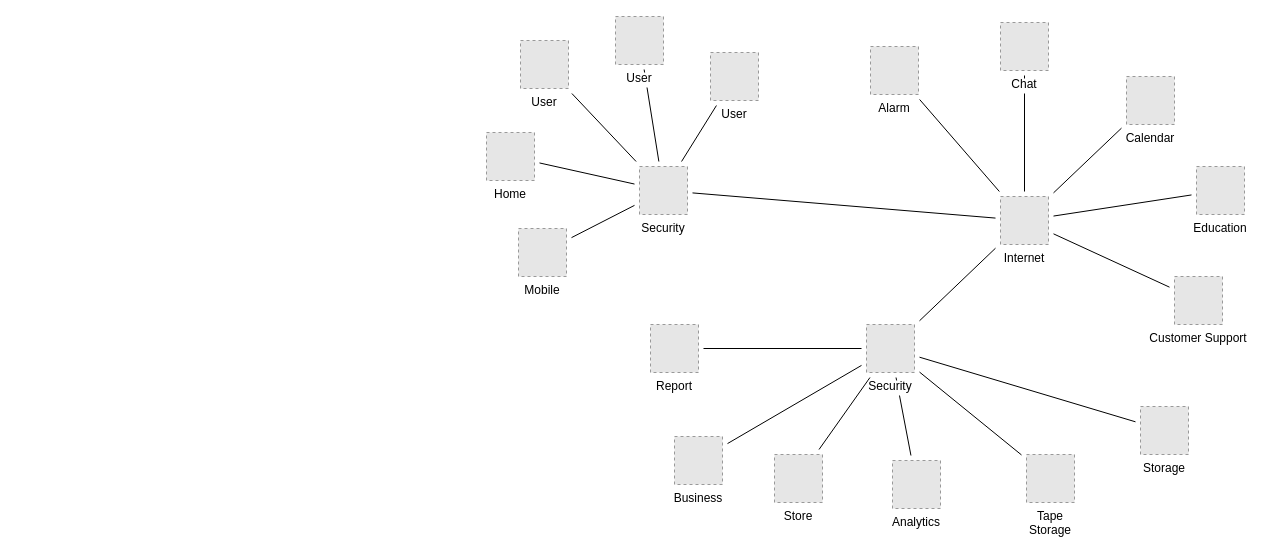
The draw.io diagram Untitled Diagram.drawio in ruchir594/concarneau, before the edit. Source tidied: cells renumbered, new cells numbered last; positions are measured from the earlier drawing's top-left corner, leaving out a move shared by most shapes. Both pictures are drawn from the tidied source at 100%, with x=0, y=0 at pixel (486, 16). Pictures stored in the file or linked from it are replaced by grey dashed boxes.
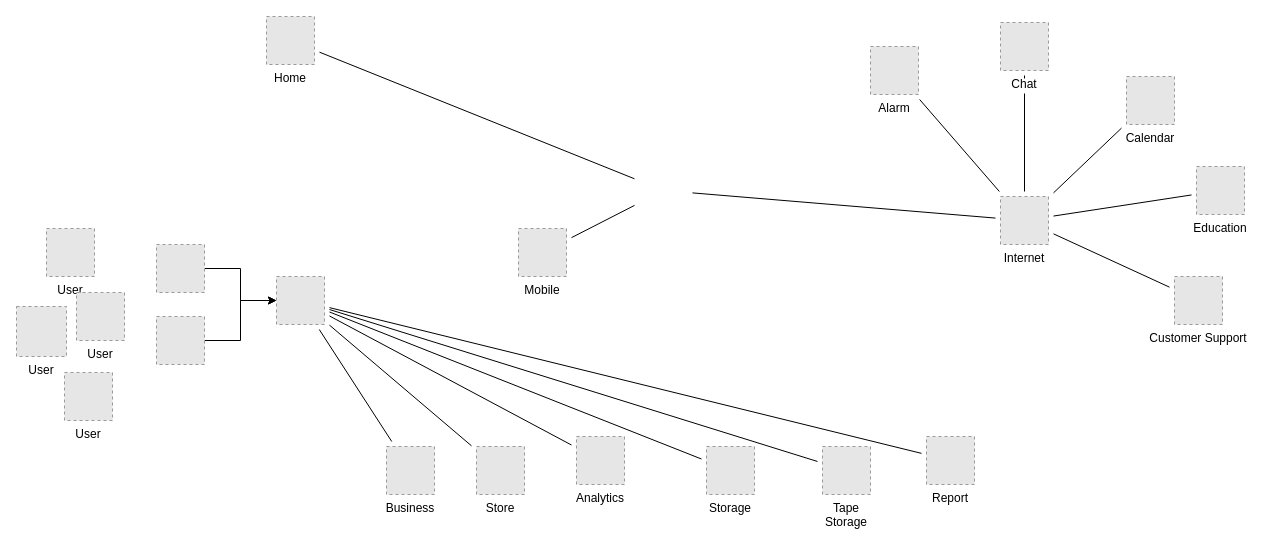
The same diagram, later.

Commit message:
e2e tech stack bull long.drawio

Unchanged cells that the change refers to:
```xml
<mxCell id="21" value="Mobile" style="fillColor=#E6E6E6;strokeColor=#999999;dashed=1;verticalLabelPosition=bottom;verticalAlign=top;labelBackgroundColor=#ffffff;" parent="1" vertex="1">
  <mxGeometry x="32" y="212" width="48" height="48" as="geometry" />
</mxCell>
<mxCell id="30" value="Internet" style="fillColor=#E6E6E6;strokeColor=#999999;dashed=1;verticalLabelPosition=bottom;verticalAlign=top;labelBackgroundColor=#ffffff;" parent="1" vertex="1">
  <mxGeometry x="514" y="180" width="48" height="48" as="geometry" />
</mxCell>
```

What changed in the source:
```diff
@@
-    <mxCell id="2" style="edgeStyle=none;rounded=0;jettySize=auto;html=1;sourcePerimeterSpacing=5;endArrow=none;endFill=0;targetPerimeterSpacing=5;" parent="1" edge="1" source="21" target="31">
-      <mxGeometry relative="1" as="geometry" />
+    <mxCell id="2" style="edgeStyle=none;rounded=0;jettySize=auto;html=1;sourcePerimeterSpacing=5;endArrow=none;endFill=0;targetPerimeterSpacing=5;" parent="1" edge="1" source="21">
+      <mxGeometry relative="1" as="geometry">
+        <mxPoint x="148" y="188.9" as="targetPoint" />
+      </mxGeometry>
     </mxCell>
-    <mxCell id="3" style="edgeStyle=none;rounded=0;jettySize=auto;html=1;sourcePerimeterSpacing=5;endArrow=none;endFill=0;targetPerimeterSpacing=5;" parent="1" edge="1" source="24" target="31">
-      <mxGeometry relative="1" as="geometry" />
+    <mxCell id="3" style="edgeStyle=none;rounded=0;jettySize=auto;html=1;sourcePerimeterSpacing=5;endArrow=none;endFill=0;targetPerimeterSpacing=5;" parent="1" edge="1" source="24">
+      <mxGeometry relative="1" as="geometry">
+        <mxPoint x="148" y="162.3" as="targetPoint" />
+      </mxGeometry>
     </mxCell>
@@
-    <mxCell id="9" style="edgeStyle=none;rounded=0;jettySize=auto;html=1;sourcePerimeterSpacing=5;endArrow=none;endFill=0;targetPerimeterSpacing=5;" parent="1" edge="1" source="30" target="38">
-      <mxGeometry relative="1" as="geometry" />
-    </mxCell>
-    <mxCell id="10" style="edgeStyle=none;rounded=0;jettySize=auto;html=1;sourcePerimeterSpacing=5;endArrow=none;endFill=0;targetPerimeterSpacing=5;" parent="1" edge="1" source="31" target="30">
-      <mxGeometry relative="1" as="geometry" />
+    <mxCell id="10" style="edgeStyle=none;rounded=0;jettySize=auto;html=1;sourcePerimeterSpacing=5;endArrow=none;endFill=0;targetPerimeterSpacing=5;" parent="1" edge="1" target="30">
+      <mxGeometry relative="1" as="geometry">
+        <mxPoint x="206" y="176.4" as="sourcePoint" />
+      </mxGeometry>
     </mxCell>
-    <mxCell id="11" style="edgeStyle=none;rounded=0;jettySize=auto;html=1;sourcePerimeterSpacing=5;endArrow=none;endFill=0;targetPerimeterSpacing=5;" parent="1" edge="1" source="35" target="31">
-      <mxGeometry relative="1" as="geometry" />
-    </mxCell>
-    <mxCell id="12" style="rounded=0;jettySize=auto;html=1;endArrow=none;endFill=0;sourcePerimeterSpacing=5;targetPerimeterSpacing=5;" parent="1" edge="1" source="36" target="31">
-      <mxGeometry relative="1" as="geometry" />
-    </mxCell>
-    <mxCell id="13" style="edgeStyle=none;rounded=0;jettySize=auto;html=1;sourcePerimeterSpacing=5;endArrow=none;endFill=0;targetPerimeterSpacing=5;" parent="1" edge="1" source="37" target="31">
-      <mxGeometry relative="1" as="geometry" />
-    </mxCell>
-    <mxCell id="14" style="edgeStyle=none;rounded=0;jettySize=auto;html=1;sourcePerimeterSpacing=5;endArrow=none;endFill=0;targetPerimeterSpacing=5;" parent="1" edge="1" source="38" target="28">
+    <mxCell id="14" style="edgeStyle=none;rounded=0;jettySize=auto;html=1;sourcePerimeterSpacing=5;endArrow=none;endFill=0;targetPerimeterSpacing=5;" parent="1" edge="1" source="45" target="28">
       <mxGeometry relative="1" as="geometry" />
     </mxCell>
-    <mxCell id="15" style="edgeStyle=none;rounded=0;jettySize=auto;html=1;sourcePerimeterSpacing=5;endArrow=none;endFill=0;targetPerimeterSpacing=5;" parent="1" edge="1" source="38" target="27">
+    <mxCell id="15" style="edgeStyle=none;rounded=0;jettySize=auto;html=1;sourcePerimeterSpacing=5;endArrow=none;endFill=0;targetPerimeterSpacing=5;" parent="1" edge="1" source="45" target="27">
       <mxGeometry relative="1" as="geometry" />
     </mxCell>
-    <mxCell id="16" style="edgeStyle=none;rounded=0;jettySize=auto;html=1;sourcePerimeterSpacing=5;endArrow=none;endFill=0;targetPerimeterSpacing=5;" parent="1" edge="1" source="38" target="34">
+    <mxCell id="16" style="edgeStyle=none;rounded=0;jettySize=auto;html=1;sourcePerimeterSpacing=5;endArrow=none;endFill=0;targetPerimeterSpacing=5;" parent="1" edge="1" source="45" target="34">
       <mxGeometry relative="1" as="geometry" />
     </mxCell>
-    <mxCell id="17" style="edgeStyle=none;rounded=0;jettySize=auto;html=1;sourcePerimeterSpacing=5;endArrow=none;endFill=0;targetPerimeterSpacing=5;" parent="1" edge="1" source="38" target="33">
+    <mxCell id="17" style="edgeStyle=none;rounded=0;jettySize=auto;html=1;sourcePerimeterSpacing=5;endArrow=none;endFill=0;targetPerimeterSpacing=5;" parent="1" edge="1" source="45" target="33">
       <mxGeometry relative="1" as="geometry" />
     </mxCell>
-    <mxCell id="18" style="edgeStyle=none;rounded=0;jettySize=auto;html=1;sourcePerimeterSpacing=5;endArrow=none;endFill=0;targetPerimeterSpacing=5;" parent="1" edge="1" source="38" target="20">
+    <mxCell id="18" style="edgeStyle=none;rounded=0;jettySize=auto;html=1;sourcePerimeterSpacing=5;endArrow=none;endFill=0;targetPerimeterSpacing=5;" parent="1" edge="1" source="45" target="20">
       <mxGeometry relative="1" as="geometry" />
     </mxCell>
-    <mxCell id="19" style="edgeStyle=none;rounded=0;jettySize=auto;html=1;sourcePerimeterSpacing=5;endArrow=none;endFill=0;targetPerimeterSpacing=5;" parent="1" edge="1" source="38" target="29">
+    <mxCell id="19" style="edgeStyle=none;rounded=0;jettySize=auto;html=1;sourcePerimeterSpacing=5;endArrow=none;endFill=0;targetPerimeterSpacing=5;" parent="1" edge="1" source="45" target="29">
       <mxGeometry relative="1" as="geometry" />
     </mxCell>
     <mxCell id="20" value="Tape&#10;Storage" style="fillColor=#E6E6E6;strokeColor=#999999;dashed=1;verticalLabelPosition=bottom;verticalAlign=top;labelBackgroundColor=#ffffff;" parent="1" vertex="1">
-      <mxGeometry x="540" y="438" width="48" height="48" as="geometry" />
+      <mxGeometry x="336" y="430" width="48" height="48" as="geometry" />
     </mxCell>
@@
     <mxCell id="24" value="Home" style="fillColor=#E6E6E6;strokeColor=#999999;dashed=1;verticalLabelPosition=bottom;verticalAlign=top;labelBackgroundColor=#ffffff;" parent="1" vertex="1">
-      <mxGeometry y="116" width="48" height="48" as="geometry" />
+      <mxGeometry x="-220" width="48" height="48" as="geometry" />
     </mxCell>
@@
     <mxCell id="27" value="Business" style="fillColor=#E6E6E6;strokeColor=#999999;dashed=1;verticalLabelPosition=bottom;verticalAlign=top;labelBackgroundColor=#ffffff;" parent="1" vertex="1">
-      <mxGeometry x="188" y="420" width="48" height="48" as="geometry" />
+      <mxGeometry x="-100" y="430" width="48" height="48" as="geometry" />
     </mxCell>
     <mxCell id="28" value="Report" style="fillColor=#E6E6E6;strokeColor=#999999;dashed=1;verticalLabelPosition=bottom;verticalAlign=top;labelBackgroundColor=#ffffff;" parent="1" vertex="1">
-      <mxGeometry x="164" y="308" width="48" height="48" as="geometry" />
+      <mxGeometry x="440" y="420" width="48" height="48" as="geometry" />
     </mxCell>
     <mxCell id="29" value="Storage" style="fillColor=#E6E6E6;strokeColor=#999999;dashed=1;verticalLabelPosition=bottom;verticalAlign=top;labelBackgroundColor=#ffffff;" parent="1" vertex="1">
-      <mxGeometry x="654" y="390" width="48" height="48" as="geometry" />
+      <mxGeometry x="220" y="430" width="48" height="48" as="geometry" />
     </mxCell>
@@
-    <mxCell id="31" value="Security" style="fillColor=#E6E6E6;strokeColor=#999999;dashed=1;verticalLabelPosition=bottom;verticalAlign=top;labelBackgroundColor=#ffffff;" parent="1" vertex="1">
-      <mxGeometry x="153" y="150" width="48" height="48" as="geometry" />
-    </mxCell>
@@
     <mxCell id="33" value="Analytics" style="fillColor=#E6E6E6;strokeColor=#999999;dashed=1;verticalLabelPosition=bottom;verticalAlign=top;labelBackgroundColor=#ffffff;" parent="1" vertex="1">
-      <mxGeometry x="406" y="444" width="48" height="48" as="geometry" />
+      <mxGeometry x="90" y="420" width="48" height="48" as="geometry" />
     </mxCell>
     <mxCell id="34" value="Store" style="fillColor=#E6E6E6;strokeColor=#999999;dashed=1;verticalLabelPosition=bottom;verticalAlign=top;labelBackgroundColor=#ffffff;" parent="1" vertex="1">
-      <mxGeometry x="288" y="438" width="48" height="48" as="geometry" />
+      <mxGeometry x="-10" y="430" width="48" height="48" as="geometry" />
     </mxCell>
     <mxCell id="35" value="User" style="fillColor=#E6E6E6;strokeColor=#999999;dashed=1;verticalLabelPosition=bottom;verticalAlign=top;labelBackgroundColor=#ffffff;" parent="1" vertex="1">
-      <mxGeometry x="34" y="24" width="48" height="48" as="geometry" />
+      <mxGeometry x="-440" y="212" width="48" height="48" as="geometry" />
     </mxCell>
-    <mxCell id="36" value="User" style="fillColor=#E6E6E6;strokeColor=#999999;dashed=1;verticalLabelPosition=bottom;verticalAlign=top;labelBackgroundColor=#ffffff;" parent="1" vertex="1">
-      <mxGeometry x="224" y="36" width="48" height="48" as="geometry" />
-    </mxCell>
     <mxCell id="37" value="User" style="fillColor=#E6E6E6;strokeColor=#999999;dashed=1;verticalLabelPosition=bottom;verticalAlign=top;labelBackgroundColor=#ffffff;" parent="1" vertex="1">
-      <mxGeometry x="129" width="48" height="48" as="geometry" />
+      <mxGeometry x="-470" y="290" width="50" height="50" as="geometry" />
     </mxCell>
-    <mxCell id="38" value="Security" style="fillColor=#E6E6E6;strokeColor=#999999;dashed=1;verticalLabelPosition=bottom;verticalAlign=top;labelBackgroundColor=#ffffff;" parent="1" vertex="1">
-      <mxGeometry x="380" y="308" width="48" height="48" as="geometry" />
-    </mxCell>
+    <mxCell id="39" style="edgeStyle=orthogonalEdgeStyle;rounded=0;jettySize=auto;html=1;" parent="1" edge="1" source="40" target="45">
+      <mxGeometry relative="1" as="geometry" />
+    </mxCell>
+    <mxCell id="40" style="fillColor=#E6E6E6;strokeColor=#999999;dashed=1;verticalLabelPosition=bottom;verticalAlign=top;" parent="1" vertex="1">
+      <mxGeometry x="-330" y="228" width="48" height="48" as="geometry" />
+    </mxCell>
+    <mxCell id="41" style="edgeStyle=orthogonalEdgeStyle;rounded=0;jettySize=auto;html=1;" parent="1" edge="1" source="42" target="45">
+      <mxGeometry relative="1" as="geometry" />
+    </mxCell>
+    <mxCell id="42" style="fillColor=#E6E6E6;strokeColor=#999999;dashed=1;verticalLabelPosition=bottom;verticalAlign=top;" parent="1" vertex="1">
+      <mxGeometry x="-330" y="300" width="48" height="48" as="geometry" />
+    </mxCell>
+    <mxCell id="43" value="User" style="fillColor=#E6E6E6;strokeColor=#999999;dashed=1;verticalLabelPosition=bottom;verticalAlign=top;" parent="1" vertex="1">
+      <mxGeometry x="-410" y="276" width="48" height="48" as="geometry" />
+    </mxCell>
+    <mxCell id="44" value="User" style="fillColor=#E6E6E6;strokeColor=#999999;dashed=1;verticalLabelPosition=bottom;verticalAlign=top;" parent="1" vertex="1">
+      <mxGeometry x="-422" y="356" width="48" height="48" as="geometry" />
+    </mxCell>
+    <mxCell id="45" style="fillColor=#E6E6E6;strokeColor=#999999;dashed=1;verticalLabelPosition=bottom;verticalAlign=top;" parent="1" vertex="1">
+      <mxGeometry x="-210" y="260" width="48" height="48" as="geometry" />
+    </mxCell>
```
